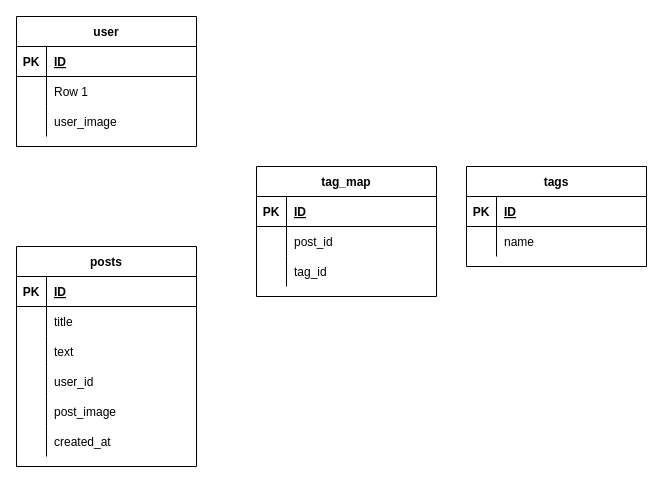
3582/Rails_portfolio keeps this draw.io diagram as docs/ER.drawio. Above is the earlier version. Source tidied: cells renumbered, new cells numbered last; positions are measured from the earlier drawing's top-left corner, leaving out a move shared by most shapes. Both pictures are drawn from the tidied source at 100%, with x=0, y=0 at pixel (16, 16).
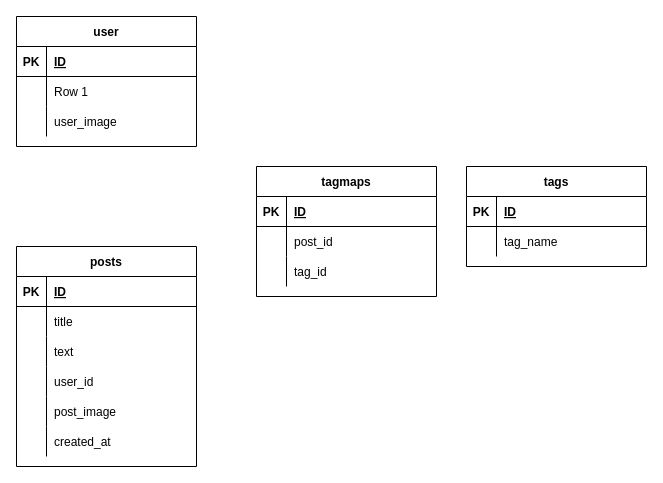
Above is the later version.

Commit message:
ER.drawio を更新します

The change refers to these unchanged cells:
```xml
<mxCell id="45" style="shape=partialRectangle;fillColor=none;top=0;left=0;bottom=0;right=0;" parent="41" vertex="1">
  <mxGeometry y="60" width="180" height="30" as="geometry" />
</mxCell>
```

Change to the diagram source:
```diff
@@
-    <mxCell id="31" value="tag_map" style="shape=table;startSize=30;childLayout=tableLayout;rowLines=0;fontStyle=1;align=center;" parent="1" vertex="1">
+    <mxCell id="31" value="tagmaps" style="shape=table;startSize=30;childLayout=tableLayout;rowLines=0;fontStyle=1;align=center;" parent="1" vertex="1">
       <mxGeometry x="240" y="150" width="180" height="130" as="geometry" />
     </mxCell>
@@
-    <mxCell id="47" value="name" style="shape=partialRectangle;fillColor=none;top=0;left=0;bottom=0;right=0;align=left;spacingLeft=6;overflow=hidden;" parent="45" vertex="1">
+    <mxCell id="47" value="tag_name" style="shape=partialRectangle;fillColor=none;top=0;left=0;bottom=0;right=0;align=left;spacingLeft=6;overflow=hidden;" parent="45" vertex="1">
       <mxGeometry x="30" width="150" height="30" as="geometry" />
     </mxCell>
```
